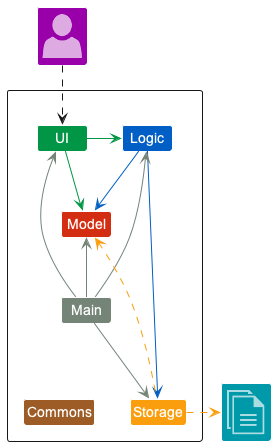
Earlier version of the PlantUML export docs/images/ArchitectureDiagram.png (nus-cs2103-AY2223S2/tp).
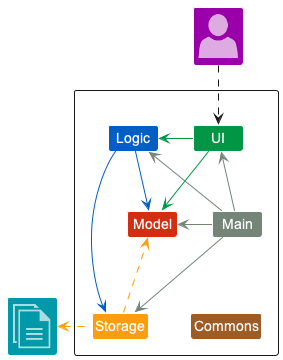
Above is the later version.

The edit, as a diff of the source:
```diff
@@ -17,17 +17,18 @@
 Class "<$documents>" as File IMG_COLOR
 
 
-UI -[UI_COLOR]> Logic
-UI -right[UI_COLOR]-> Model
-Logic -[LOGIC_COLOR]-> Storage
-Logic -down[LOGIC_COLOR]-> Model
+UI -[UI_COLOR]left-> Logic
+UI -[UI_COLOR]right-> Model
+Logic -[LOGIC_COLOR]right-> Storage
+Logic -[LOGIC_COLOR]-> Model
 Main -[MAIN_COLOR]-> UI
-Main -[MAIN_COLOR]-> Logic
+Main -[MAIN_COLOR]up-> Logic
 Main -[MAIN_COLOR]-> Storage
-Main -up[MAIN_COLOR]-> Model
-Main -down[hidden]-> Commons
+Main -[MAIN_COLOR]left-> Model
+Main -[hidden]-> Commons
+Logic -[hidden]-> Storage
 
-Storage -up[STORAGE_COLOR].> Model
-Storage .right[STORAGE_COLOR].> File
+Storage -[STORAGE_COLOR].> Model
+Storage .[STORAGE_COLOR]left.> File
 User ..> UI
 @enduml
```
